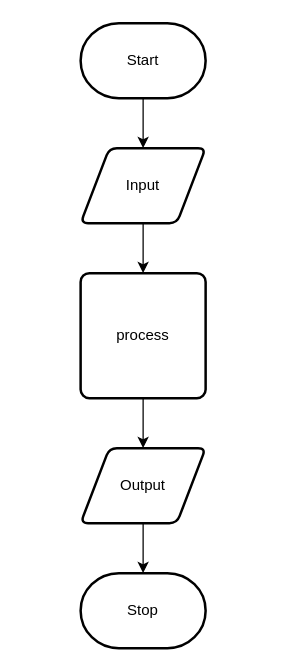
This is design/flow-chart.drawio from ashley-monaghan/ICS2OR-Assignment-6, a draw.io file, before an edit. Source tidied: cells renumbered, new cells numbered last; positions are measured from the earlier drawing's top-left corner, leaving out a move shared by most shapes. Both pictures are drawn from the tidied source at 125%, with x=0, y=0 at pixel (80, 22).
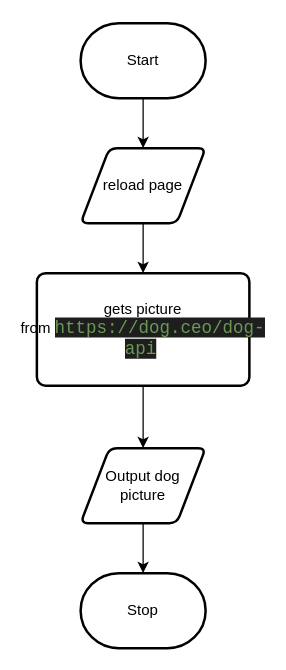
Above is the later version.

What changed in the source:
```diff
@@
 <mxGraphModel>
   <root>
     <mxCell id="0" />
     <mxCell id="1" parent="0" />
     <mxCell id="2" style="edgeStyle=none;html=1;" parent="1" edge="1" source="3" target="5">
       <mxGeometry relative="1" as="geometry" />
     </mxCell>
     <mxCell id="3" value="Start" style="strokeWidth=2;html=1;shape=mxgraph.flowchart.terminator;whiteSpace=wrap;" parent="1" vertex="1">
       <mxGeometry width="100" height="60" as="geometry" />
     </mxCell>
     <mxCell id="4" style="edgeStyle=none;html=1;" parent="1" edge="1" source="5" target="7">
       <mxGeometry relative="1" as="geometry" />
     </mxCell>
-    <mxCell id="5" value="Input" style="shape=parallelogram;html=1;strokeWidth=2;perimeter=parallelogramPerimeter;whiteSpace=wrap;rounded=1;arcSize=12;size=0.23;" parent="1" vertex="1">
+    <mxCell id="5" value="reload page" style="shape=parallelogram;html=1;strokeWidth=2;perimeter=parallelogramPerimeter;whiteSpace=wrap;rounded=1;arcSize=12;size=0.23;" parent="1" vertex="1">
       <mxGeometry y="100" width="100" height="60" as="geometry" />
     </mxCell>
     <mxCell id="6" style="edgeStyle=none;html=1;" parent="1" edge="1" source="7" target="9">
       <mxGeometry relative="1" as="geometry" />
     </mxCell>
-    <mxCell id="7" value="process" style="rounded=1;whiteSpace=wrap;html=1;absoluteArcSize=1;arcSize=14;strokeWidth=2;" parent="1" vertex="1">
-      <mxGeometry y="200" width="100" height="100" as="geometry" />
+    <mxCell id="7" value="gets picture from&amp;nbsp;&lt;span style=&quot;color: rgb(106 , 153 , 85) ; background-color: rgb(30 , 30 , 30) ; font-family: &amp;#34;consolas&amp;#34; , &amp;#34;courier new&amp;#34; , monospace ; font-size: 14px&quot;&gt;https://dog.ceo/dog-api&lt;/span&gt;&lt;span&gt;&amp;nbsp;&lt;/span&gt;" style="rounded=1;whiteSpace=wrap;html=1;absoluteArcSize=1;arcSize=14;strokeWidth=2;" parent="1" vertex="1">
+      <mxGeometry x="-35" y="200" width="170" height="90" as="geometry" />
     </mxCell>
     <mxCell id="8" style="edgeStyle=none;html=1;" parent="1" edge="1" source="9" target="10">
       <mxGeometry relative="1" as="geometry" />
     </mxCell>
-    <mxCell id="9" value="Output" style="shape=parallelogram;html=1;strokeWidth=2;perimeter=parallelogramPerimeter;whiteSpace=wrap;rounded=1;arcSize=12;size=0.23;" parent="1" vertex="1">
+    <mxCell id="9" value="Output dog picture" style="shape=parallelogram;html=1;strokeWidth=2;perimeter=parallelogramPerimeter;whiteSpace=wrap;rounded=1;arcSize=12;size=0.23;" parent="1" vertex="1">
       <mxGeometry y="340" width="100" height="60" as="geometry" />
     </mxCell>
     <mxCell id="10" value="Stop" style="strokeWidth=2;html=1;shape=mxgraph.flowchart.terminator;whiteSpace=wrap;" parent="1" vertex="1">
       <mxGeometry y="440" width="100" height="60" as="geometry" />
     </mxCell>
   </root>
 </mxGraphModel>
```
